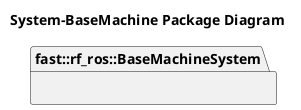
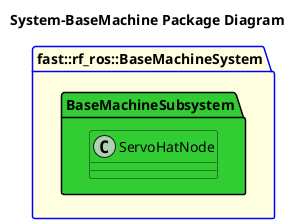
@startuml
title System-BaseMachine Package Diagram
- namespace fast::rf_ros::BaseMachineSystem {
+ package fast::rf_ros::BaseMachineSystem #LightYellow;line:blue {
+     namespace BaseMachineSubsystem #LimeGreen {
+         class ServoHatNode #LimeGreen
+     }
}
@enduml